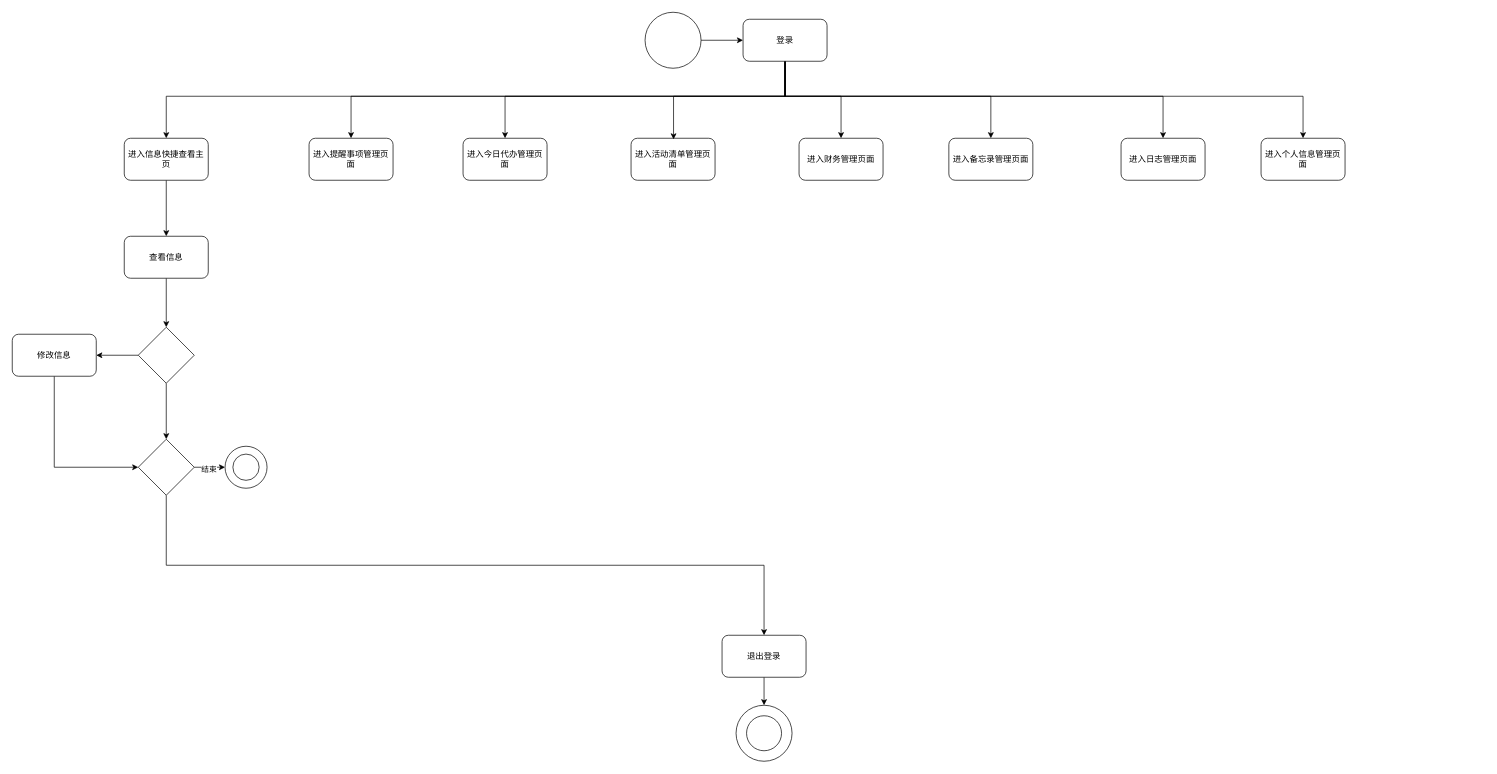
Before: 工程流程图.drawio in GitHubDeadTree/Campus-ToDo, a draw.io diagram. Source tidied: cells renumbered, new cells numbered last; positions are measured from the earlier drawing's top-left corner, leaving out a move shared by most shapes. Both pictures are drawn from the tidied source at 70%, with x=0, y=0 at pixel (12, 12).
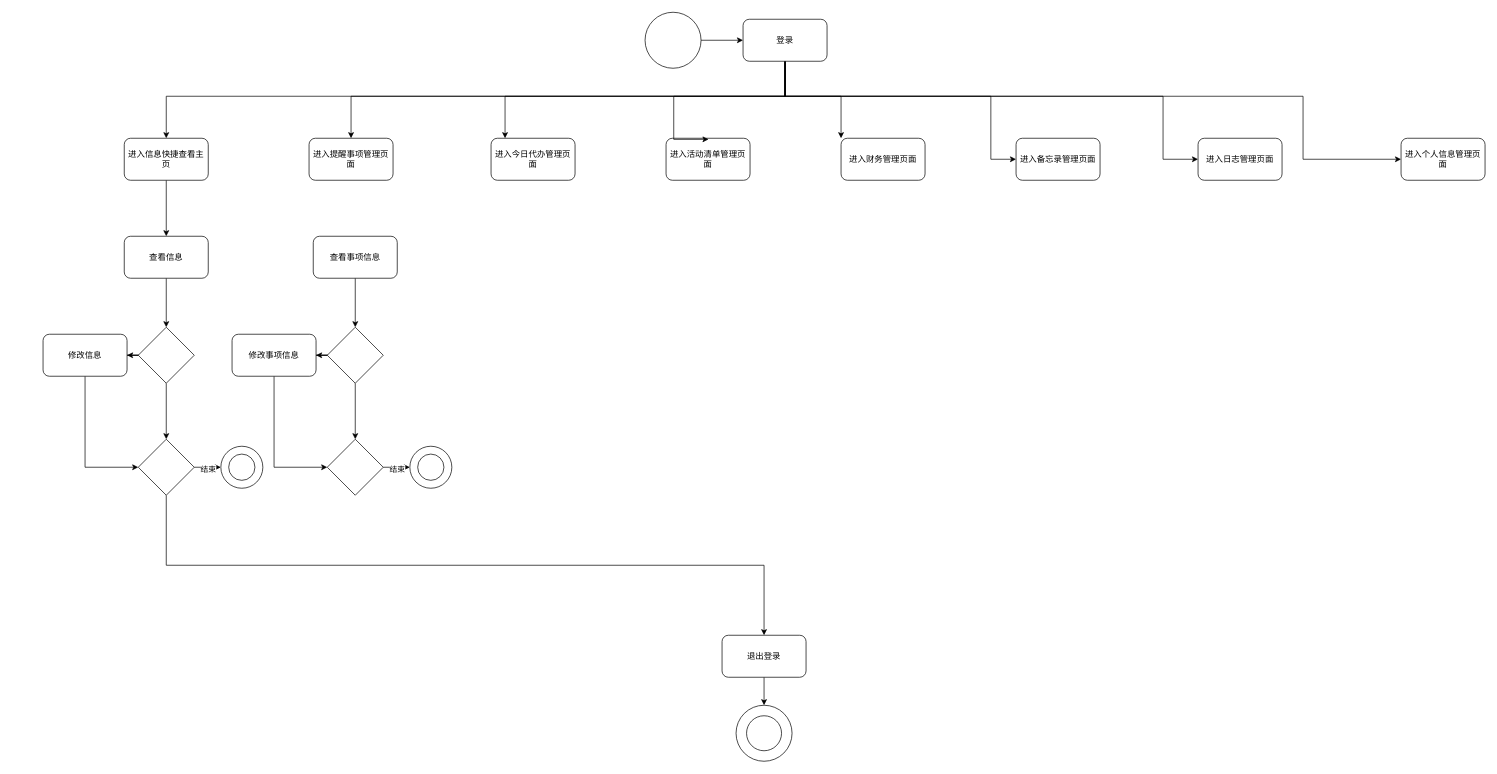
The same page after the edit.

Commit message (it also covers changes not shown here):
更新工程流程图.drawio

Diff of the diagram source:
```diff
@@
     <mxCell id="21" value="进入今日代办管理页面" style="rounded=1;whiteSpace=wrap;html=1;" parent="1" vertex="1">
-      <mxGeometry x="644" y="180" width="120" height="60" as="geometry" />
+      <mxGeometry x="684" y="180" width="120" height="60" as="geometry" />
     </mxCell>
     <mxCell id="22" value="进入活动清单管理页面" style="rounded=1;whiteSpace=wrap;html=1;" parent="1" vertex="1">
-      <mxGeometry x="884" y="180" width="120" height="60" as="geometry" />
+      <mxGeometry x="934" y="180" width="120" height="60" as="geometry" />
     </mxCell>
     <mxCell id="23" value="进入财务管理页面" style="rounded=1;whiteSpace=wrap;html=1;" parent="1" vertex="1">
-      <mxGeometry x="1124" y="180" width="120" height="60" as="geometry" />
+      <mxGeometry x="1184" y="180" width="120" height="60" as="geometry" />
     </mxCell>
     <mxCell id="24" value="进入备忘录管理页面" style="rounded=1;whiteSpace=wrap;html=1;" parent="1" vertex="1">
-      <mxGeometry x="1338" y="180" width="120" height="60" as="geometry" />
+      <mxGeometry x="1434" y="180" width="120" height="60" as="geometry" />
     </mxCell>
     <mxCell id="25" value="进入日志管理页面" style="rounded=1;whiteSpace=wrap;html=1;" parent="1" vertex="1">
-      <mxGeometry x="1584" y="180" width="120" height="60" as="geometry" />
+      <mxGeometry x="1694" y="180" width="120" height="60" as="geometry" />
     </mxCell>
     <mxCell id="26" value="进入个人信息管理页面" style="rounded=1;whiteSpace=wrap;html=1;" parent="1" vertex="1">
-      <mxGeometry x="1784" y="180" width="120" height="60" as="geometry" />
+      <mxGeometry x="1984" y="180" width="120" height="60" as="geometry" />
     </mxCell>
@@
     <mxCell id="37" style="group;" parent="1" vertex="1">
-      <mxGeometry x="304" y="620" width="60" height="60" as="geometry" />
+      <mxGeometry x="298" y="620" width="60" height="60" as="geometry" />
     </mxCell>
@@
     <mxCell id="40" value="修改信息" style="rounded=1;whiteSpace=wrap;html=1;" parent="1" vertex="1">
-      <mxGeometry y="460" width="120" height="60" as="geometry" />
+      <mxGeometry x="44" y="460" width="120" height="60" as="geometry" />
     </mxCell>
@@
+    <mxCell id="42" style="edgeStyle=orthogonalEdgeStyle;rounded=0;jettySize=auto;html=1;entryX=0.5;entryY=0;entryDx=0;entryDy=0;" parent="1" edge="1" source="43" target="46">
+      <mxGeometry relative="1" as="geometry" />
+    </mxCell>
+    <mxCell id="43" value="查看事项信息" style="whiteSpace=wrap;html=1;rounded=1;" parent="1" vertex="1">
+      <mxGeometry x="430" y="320" width="120" height="60" as="geometry" />
+    </mxCell>
+    <mxCell id="44" style="edgeStyle=orthogonalEdgeStyle;rounded=0;jettySize=auto;html=1;" parent="1" edge="1" source="46" target="54">
+      <mxGeometry relative="1" as="geometry" />
+    </mxCell>
+    <mxCell id="45" style="edgeStyle=orthogonalEdgeStyle;rounded=0;jettySize=auto;html=1;" parent="1" edge="1" source="46" target="50">
+      <mxGeometry relative="1" as="geometry" />
+    </mxCell>
+    <mxCell id="46" style="rhombus;whiteSpace=wrap;html=1;" parent="1" vertex="1">
+      <mxGeometry x="450" y="450" width="80" height="80" as="geometry" />
+    </mxCell>
+    <mxCell id="47" style="edgeStyle=orthogonalEdgeStyle;rounded=0;jettySize=auto;html=1;" parent="1" edge="1" source="50" target="51">
+      <mxGeometry relative="1" as="geometry" />
+    </mxCell>
+    <mxCell id="48" value="结束" style="edgeLabel;html=1;align=center;verticalAlign=middle;" parent="47" vertex="1">
+      <mxGeometry x="-0.11" y="-2" relative="1" as="geometry" />
+    </mxCell>
+    <mxCell id="49" style="edgeStyle=orthogonalEdgeStyle;rounded=0;jettySize=auto;html=1;startArrow=classic;startFill=1;endArrow=none;endFill=0;" parent="1" edge="1" source="50" target="54">
+      <mxGeometry relative="1" as="geometry" />
+    </mxCell>
+    <mxCell id="50" style="rhombus;whiteSpace=wrap;html=1;" parent="1" vertex="1">
+      <mxGeometry x="450" y="610" width="80" height="80" as="geometry" />
+    </mxCell>
+    <mxCell id="51" style="group;" parent="1" vertex="1">
+      <mxGeometry x="568" y="620" width="60" height="60" as="geometry" />
+    </mxCell>
+    <mxCell id="52" style="ellipse;whiteSpace=wrap;html=1;rounded=1;" parent="51" vertex="1">
+      <mxGeometry width="60" height="60" as="geometry" />
+    </mxCell>
+    <mxCell id="53" style="ellipse;whiteSpace=wrap;html=1;rounded=1;" parent="51" vertex="1">
+      <mxGeometry x="11.2" y="11.2" width="37.5" height="37.5" as="geometry" />
+    </mxCell>
+    <mxCell id="54" value="修改事项信息" style="rounded=1;whiteSpace=wrap;html=1;" parent="1" vertex="1">
+      <mxGeometry x="314" y="460" width="120" height="60" as="geometry" />
+    </mxCell>
```
